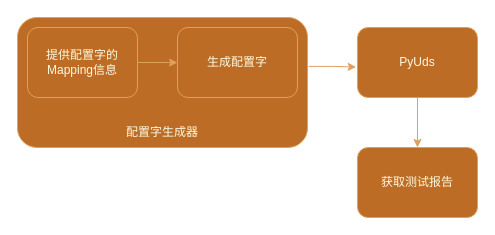
woshitanwang/pics_procdure keeps this draw.io diagram as CarCfgTest_01.drawio. Above is the earlier version. Source tidied: cells renumbered, new cells numbered last; positions are measured from the earlier drawing's top-left corner, leaving out a move shared by most shapes. Both pictures are drawn from the tidied source at 100%, with x=0, y=0 at pixel (17, 17).
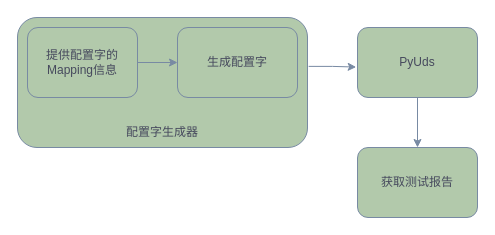
Above is the later version.

The edit, as a diff of the source:
```diff
@@
 <mxGraphModel>
   <root>
     <mxCell id="0" />
     <mxCell id="1" parent="0" />
-    <mxCell id="2" value="PyUds" style="rounded=1;whiteSpace=wrap;html=1;labelBackgroundColor=none;fillColor=#BC6C25;strokeColor=#DDA15E;fontColor=#FEFAE0;" parent="1" vertex="1">
+    <mxCell id="2" value="PyUds" style="rounded=1;whiteSpace=wrap;html=1;labelBackgroundColor=none;fillColor=#B2C9AB;strokeColor=#788AA3;fontColor=#46495D;" parent="1" vertex="1">
       <mxGeometry x="340" y="10" width="120" height="70" as="geometry" />
     </mxCell>
-    <mxCell id="3" value="获取测试报告" style="rounded=1;whiteSpace=wrap;html=1;labelBackgroundColor=none;fillColor=#BC6C25;strokeColor=#DDA15E;fontColor=#FEFAE0;" parent="1" vertex="1">
+    <mxCell id="3" value="获取测试报告" style="rounded=1;whiteSpace=wrap;html=1;labelBackgroundColor=none;fillColor=#B2C9AB;strokeColor=#788AA3;fontColor=#46495D;" parent="1" vertex="1">
       <mxGeometry x="340" y="130" width="120" height="70" as="geometry" />
     </mxCell>
-    <mxCell id="4" style="edgeStyle=orthogonalEdgeStyle;rounded=0;jettySize=auto;html=1;entryX=-0.011;entryY=0.565;entryDx=0;entryDy=0;entryPerimeter=0;exitX=1.004;exitY=0.376;exitDx=0;exitDy=0;exitPerimeter=0;labelBackgroundColor=none;strokeColor=#DDA15E;fontColor=default;" parent="1" edge="1" source="5" target="2">
+    <mxCell id="4" style="edgeStyle=orthogonalEdgeStyle;rounded=0;jettySize=auto;html=1;entryX=-0.011;entryY=0.565;entryDx=0;entryDy=0;entryPerimeter=0;exitX=1.004;exitY=0.376;exitDx=0;exitDy=0;exitPerimeter=0;labelBackgroundColor=none;strokeColor=#788AA3;fontColor=default;" parent="1" edge="1" source="5" target="2">
       <mxGeometry relative="1" as="geometry" />
     </mxCell>
-    <mxCell id="5" style="rounded=1;whiteSpace=wrap;html=1;labelBackgroundColor=none;fillColor=#BC6C25;strokeColor=#DDA15E;fontColor=#FEFAE0;" parent="1" vertex="1">
+    <mxCell id="5" style="rounded=1;whiteSpace=wrap;html=1;labelBackgroundColor=none;fillColor=#B2C9AB;strokeColor=#788AA3;fontColor=#46495D;" parent="1" vertex="1">
       <mxGeometry width="290" height="130" as="geometry" />
     </mxCell>
-    <mxCell id="6" value="提供配置字的Mapping信息" style="rounded=1;whiteSpace=wrap;html=1;labelBackgroundColor=none;fillColor=#BC6C25;strokeColor=#DDA15E;fontColor=#FEFAE0;" parent="1" vertex="1">
+    <mxCell id="6" value="提供配置字的Mapping信息" style="rounded=1;whiteSpace=wrap;html=1;labelBackgroundColor=none;fillColor=#B2C9AB;strokeColor=#788AA3;fontColor=#46495D;" parent="1" vertex="1">
       <mxGeometry x="10" y="10" width="110" height="70" as="geometry" />
     </mxCell>
-    <mxCell id="7" value="生成配置字" style="rounded=1;whiteSpace=wrap;html=1;labelBackgroundColor=none;fillColor=#BC6C25;strokeColor=#DDA15E;fontColor=#FEFAE0;" parent="1" vertex="1">
+    <mxCell id="7" value="生成配置字" style="rounded=1;whiteSpace=wrap;html=1;labelBackgroundColor=none;fillColor=#B2C9AB;strokeColor=#788AA3;fontColor=#46495D;" parent="1" vertex="1">
       <mxGeometry x="160" y="10" width="120" height="70" as="geometry" />
     </mxCell>
-    <mxCell id="8" style="endArrow=classic;html=1;rounded=0;entryX=0;entryY=0.5;entryDx=0;entryDy=0;exitX=1;exitY=0.5;exitDx=0;exitDy=0;labelBackgroundColor=none;strokeColor=#DDA15E;fontColor=default;" parent="1" edge="1" source="6" target="7">
+    <mxCell id="8" style="endArrow=classic;html=1;rounded=0;entryX=0;entryY=0.5;entryDx=0;entryDy=0;exitX=1;exitY=0.5;exitDx=0;exitDy=0;labelBackgroundColor=none;strokeColor=#788AA3;fontColor=default;" parent="1" edge="1" source="6" target="7">
       <mxGeometry relative="1" as="geometry" />
     </mxCell>
-    <mxCell id="9" style="endArrow=classic;html=1;rounded=0;entryX=0.5;entryY=0;entryDx=0;entryDy=0;exitX=0.5;exitY=1;exitDx=0;exitDy=0;labelBackgroundColor=none;strokeColor=#DDA15E;fontColor=default;" parent="1" edge="1" source="2" target="3">
+    <mxCell id="9" style="endArrow=classic;html=1;rounded=0;entryX=0.5;entryY=0;entryDx=0;entryDy=0;exitX=0.5;exitY=1;exitDx=0;exitDy=0;labelBackgroundColor=none;strokeColor=#788AA3;fontColor=default;" parent="1" edge="1" source="2" target="3">
       <mxGeometry relative="1" as="geometry" />
     </mxCell>
-    <mxCell id="10" value="配置字生成器" style="text;html=1;align=center;verticalAlign=middle;whiteSpace=wrap;rounded=0;labelBackgroundColor=none;fontColor=#FEFAE0;" parent="1" vertex="1">
+    <mxCell id="10" value="配置字生成器" style="text;html=1;align=center;verticalAlign=middle;whiteSpace=wrap;rounded=0;labelBackgroundColor=none;fontColor=#46495D;" parent="1" vertex="1">
       <mxGeometry x="105" y="100" width="80" height="30" as="geometry" />
     </mxCell>
   </root>
 </mxGraphModel>
```
